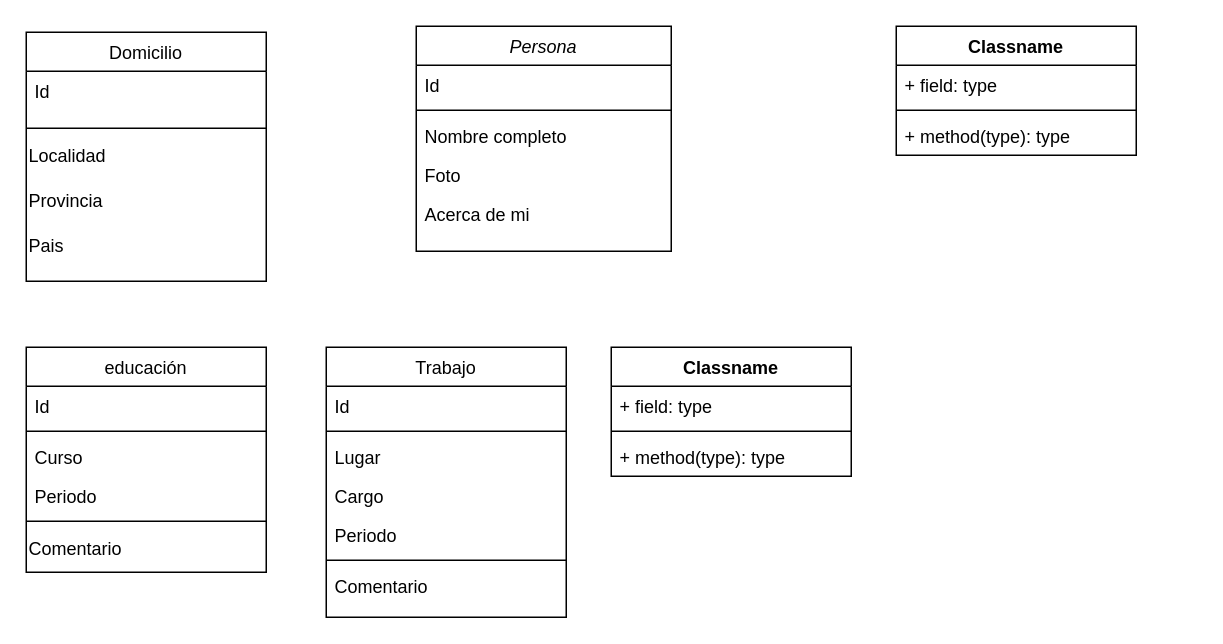
This is Diagrama base de datos.drawio from V3nd3/FrontEnd, a draw.io file, before an edit. Source tidied: cells renumbered, new cells numbered last; positions are measured from the earlier drawing's top-left corner, leaving out a move shared by most shapes. Both pictures are drawn from the tidied source at 150%, with x=0, y=0 at pixel (26, 26).
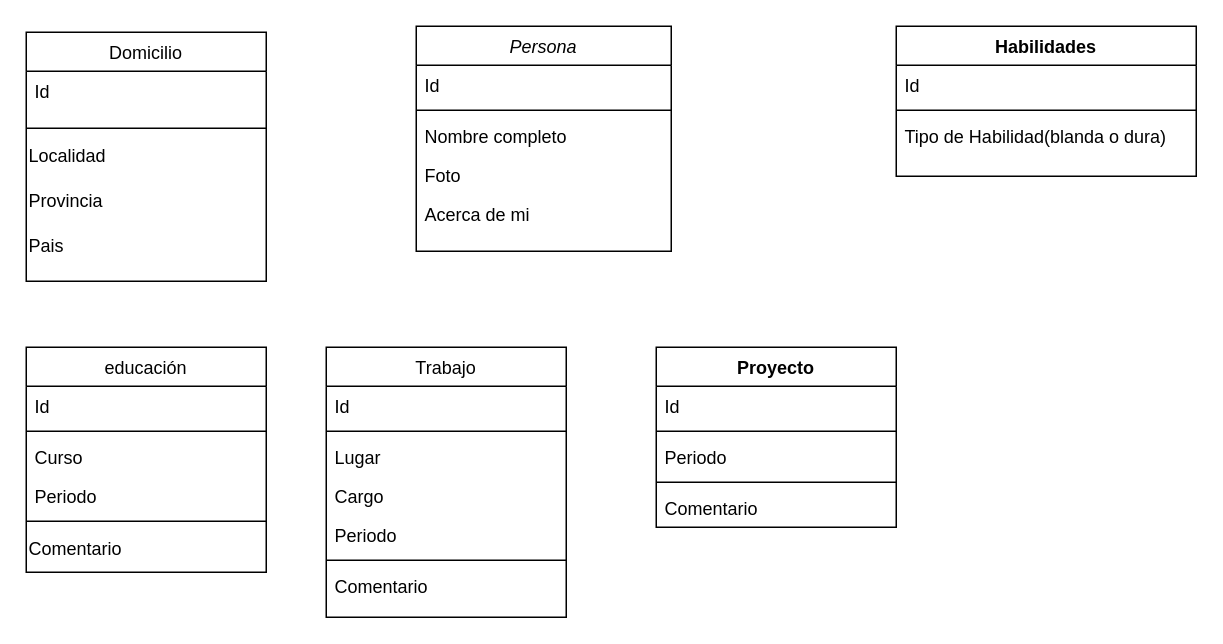
The same page after the edit.

The edit, as a diff of the source:
```diff
@@
-    <mxCell id="29" value="Classname" style="swimlane;fontStyle=1;align=center;verticalAlign=top;horizontal=1;startSize=26;shadow=0;" parent="1" vertex="1">
-      <mxGeometry x="390" y="214" width="160" height="86" as="geometry" />
+    <mxCell id="29" value="Proyecto" style="swimlane;fontStyle=1;align=center;verticalAlign=top;horizontal=1;startSize=26;shadow=0;" parent="1" vertex="1">
+      <mxGeometry x="420" y="214" width="160" height="120" as="geometry" />
     </mxCell>
+    <mxCell id="32" value="Id" style="text;strokeColor=none;fillColor=none;align=left;verticalAlign=top;spacingLeft=4;spacingRight=4;overflow=hidden;shadow=0;" parent="29" vertex="1">
+      <mxGeometry y="26" width="160" height="26" as="geometry" />
+    </mxCell>
+    <mxCell id="31" style="line;strokeWidth=1;fillColor=none;align=left;verticalAlign=middle;spacingTop=-1;spacingLeft=3;spacingRight=3;labelPosition=right;shadow=0;" parent="29" vertex="1">
+      <mxGeometry y="52" width="160" height="8" as="geometry" />
+    </mxCell>
-    <mxCell id="30" value="+ field: type" style="text;strokeColor=none;fillColor=none;align=left;verticalAlign=top;spacingLeft=4;spacingRight=4;overflow=hidden;shadow=0;" parent="29" vertex="1">
-      <mxGeometry y="26" width="160" height="26" as="geometry" />
+    <mxCell id="30" value="Periodo" style="text;strokeColor=none;fillColor=none;align=left;verticalAlign=top;spacingLeft=4;spacingRight=4;overflow=hidden;shadow=0;" parent="29" vertex="1">
+      <mxGeometry y="60" width="160" height="26" as="geometry" />
     </mxCell>
-    <mxCell id="31" style="line;strokeWidth=1;fillColor=none;align=left;verticalAlign=middle;spacingTop=-1;spacingLeft=3;spacingRight=3;labelPosition=right;shadow=0;" parent="29" vertex="1">
-      <mxGeometry y="52" width="160" height="8" as="geometry" />
-    </mxCell>
-    <mxCell id="32" value="+ method(type): type" style="text;strokeColor=none;fillColor=none;align=left;verticalAlign=top;spacingLeft=4;spacingRight=4;overflow=hidden;shadow=0;" parent="29" vertex="1">
-      <mxGeometry y="60" width="160" height="26" as="geometry" />
-    </mxCell>
+    <mxCell id="37" style="line;strokeWidth=1;fillColor=none;align=left;verticalAlign=middle;spacingTop=-1;spacingLeft=3;spacingRight=3;labelPosition=right;shadow=0;" parent="29" vertex="1">
+      <mxGeometry y="86" width="160" height="8" as="geometry" />
+    </mxCell>
+    <mxCell id="38" value="Comentario" style="text;strokeColor=none;fillColor=none;align=left;verticalAlign=top;spacingLeft=4;spacingRight=4;overflow=hidden;shadow=0;" parent="29" vertex="1">
+      <mxGeometry y="94" width="160" height="26" as="geometry" />
+    </mxCell>
-    <mxCell id="33" value="Classname" style="swimlane;fontStyle=1;align=center;verticalAlign=top;horizontal=1;startSize=26;shadow=0;" parent="1" vertex="1">
-      <mxGeometry x="580" width="160" height="86" as="geometry" />
+    <mxCell id="33" value="Habilidades" style="swimlane;fontStyle=1;align=center;verticalAlign=top;horizontal=1;startSize=26;shadow=0;" parent="1" vertex="1">
+      <mxGeometry x="580" width="200" height="100" as="geometry" />
     </mxCell>
-    <mxCell id="34" value="+ field: type" style="text;strokeColor=none;fillColor=none;align=left;verticalAlign=top;spacingLeft=4;spacingRight=4;overflow=hidden;shadow=0;" parent="33" vertex="1">
-      <mxGeometry y="26" width="160" height="26" as="geometry" />
+    <mxCell id="34" value="Id" style="text;strokeColor=none;fillColor=none;align=left;verticalAlign=top;spacingLeft=4;spacingRight=4;overflow=hidden;shadow=0;" parent="33" vertex="1">
+      <mxGeometry y="26" width="200" height="26" as="geometry" />
     </mxCell>
     <mxCell id="35" style="line;strokeWidth=1;fillColor=none;align=left;verticalAlign=middle;spacingTop=-1;spacingLeft=3;spacingRight=3;labelPosition=right;shadow=0;" parent="33" vertex="1">
-      <mxGeometry y="52" width="160" height="8" as="geometry" />
+      <mxGeometry y="52" width="200" height="8" as="geometry" />
     </mxCell>
-    <mxCell id="36" value="+ method(type): type" style="text;strokeColor=none;fillColor=none;align=left;verticalAlign=top;spacingLeft=4;spacingRight=4;overflow=hidden;shadow=0;" parent="33" vertex="1">
-      <mxGeometry y="60" width="160" height="26" as="geometry" />
+    <mxCell id="36" value="Tipo de Habilidad(blanda o dura)" style="text;strokeColor=none;fillColor=none;align=left;verticalAlign=top;spacingLeft=4;spacingRight=4;overflow=hidden;shadow=0;" parent="33" vertex="1">
+      <mxGeometry y="60" width="200" height="40" as="geometry" />
     </mxCell>
```
